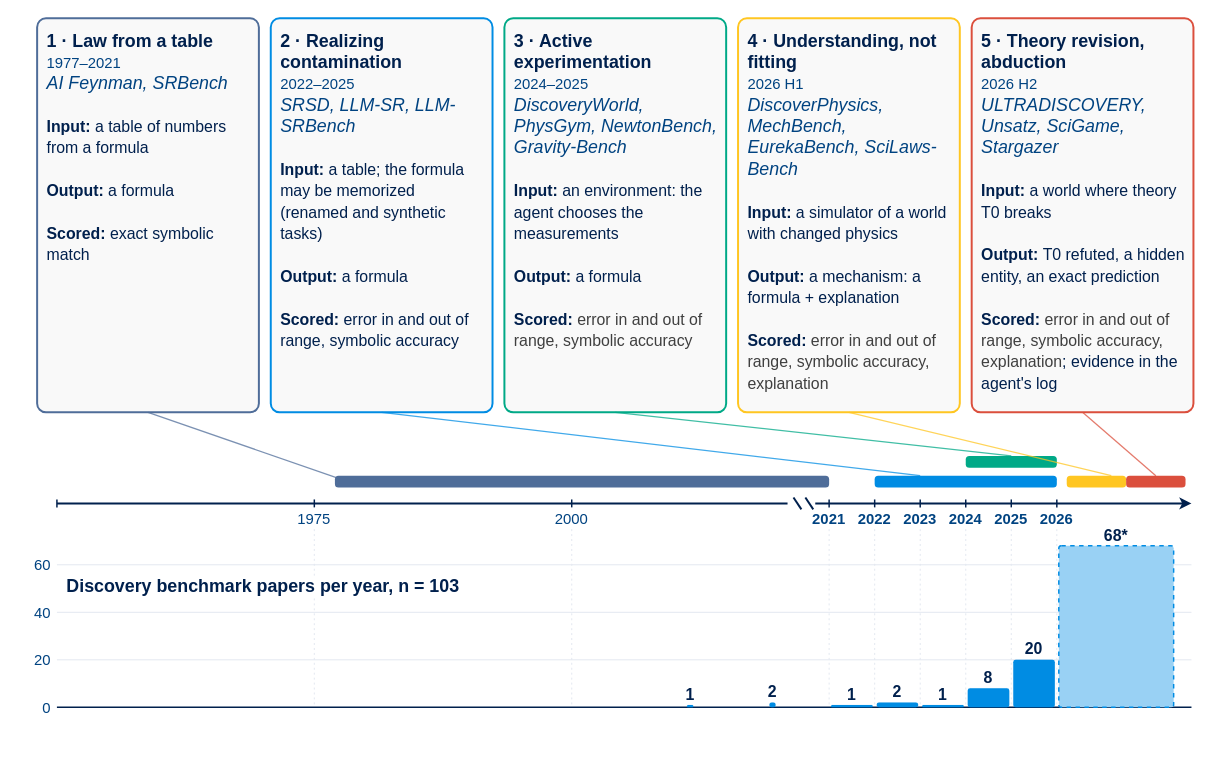
Above: presentation/slide2_timeline_v2_en.drawio in omniscale-ai/epistemic_benchmarks (draw.io), before the change. Source tidied: cells renumbered, new cells numbered last; positions are measured from the earlier drawing's top-left corner, leaving out a move shared by most shapes. Both pictures are drawn from the tidied source at 99%, with x=0, y=0 at pixel (17, 18).
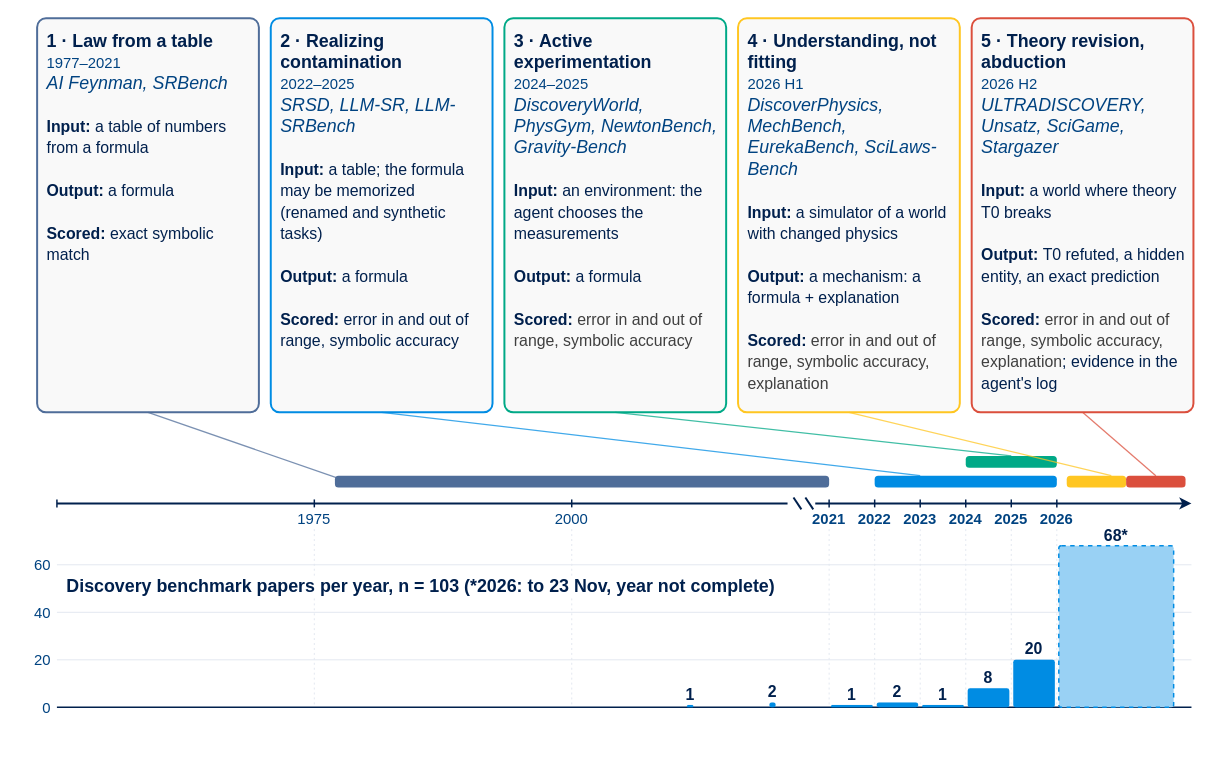
The same diagram, later.

Commit message (it also covers changes not shown here):
Presentation: saturation slide, merged scoring table, QR link, thank-you slide, refreshed notes and numbers

The change refers to these unchanged cells:
```xml
<mxCell id="41" style="group;" parent="1" vertex="1">
  <mxGeometry y="516" width="1200" height="214" as="geometry" />
</mxCell>
```

The edit, as a diff of the source:
```diff
@@
-    <mxCell id="74" value="Discovery benchmark papers per year, n = 103" style="text;html=1;whiteSpace=wrap;fontFamily=Helvetica;fontSize=18;fontColor=#00204D;align=left;verticalAlign=middle;fontStyle=1;strokeColor=none;fillColor=none;spacing=0;labelBackgroundColor=#FFFFFF;" parent="41" vertex="1">
-      <mxGeometry x="50" y="48" width="560" height="20" as="geometry" />
+    <mxCell id="74" value="Discovery benchmark papers per year, n = 103   (*2026: to 23 Nov, year not complete)" style="text;html=1;whiteSpace=wrap;fontFamily=Helvetica;fontSize=18;fontColor=#00204D;align=left;verticalAlign=middle;fontStyle=1;strokeColor=none;fillColor=none;spacing=0;labelBackgroundColor=#FFFFFF;" parent="41" vertex="1">
+      <mxGeometry x="50" y="48" width="900" height="20" as="geometry" />
     </mxCell>
```
